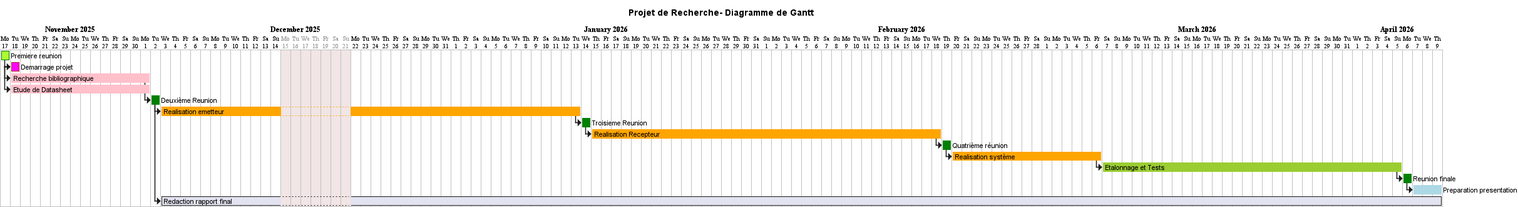
The PlantUML diagram docs/uml_files/diagramme_gantt.png in dibreyjonatan/Projet_de_Recherche_TPMS, before a commit. The source it was exported from:
```plantuml
@startgantt
Title Projet de Recherche- Diagramme de Gantt

project starts the 2025-11-17

2025-12-15 to 2025-12-21 is closed
[Premiere reunion] requires 1 days
[Premiere reunion] is colored in GreenYellow/Green

[Demarrage projet] requires 1 days
[Demarrage projet] starts at [Premiere reunion]'s end
[Demarrage projet] is colored in Fuchsia/FireBrick

[Recherche bibliographique] requires 14 days
[Recherche bibliographique] starts at [Demarrage projet]'s start
[Recherche bibliographique] is colored in pink

[Etude de Datasheet] requires 14 days
[Etude de Datasheet] starts at [Demarrage projet]'s start
[Etude de Datasheet] is colored in pink


[Deuxième Reunion] requires 1 days
[Deuxième Reunion] starts at [Recherche bibliographique]'s end
[Deuxième Reunion] is colored in green
[Realisation emetteur] requires 35 days
[Realisation emetteur] starts at [Deuxième Reunion]'s end
[Realisation emetteur] is colored in orange
[Troisieme Reunion] requires 1 days
[Troisieme Reunion] starts at [Realisation emetteur]'s end
[Troisieme Reunion] is colored in green

[Realisation Recepteur] requires 35 days
[Realisation Recepteur] starts at [Troisieme Reunion]'s end
[Realisation Recepteur] is colored in orange


[Quatrième réunion] requires 1 days
[Quatrième réunion] starts at [Realisation Recepteur]'s end
[Quatrième réunion] is colored in green

[Realisation système] requires 15 days
[Realisation système] starts at [Quatrième réunion]'s end
[Realisation système] is colored in orange

[Etalonnage et Tests] requires 30 days
[Etalonnage et Tests] starts at [Realisation système]'s end
[Etalonnage et Tests] is colored in YellowGreen

[Reunion finale] requires 1 days
[Reunion finale] starts at [Etalonnage et Tests]'s end
[Reunion finale] is colored in green

[Preparation presentation] requires 3 days
[Preparation presentation] starts at [Reunion finale]'s end
[Preparation presentation] is colored in LightBlue

[Redaction rapport final] requires 121 days
[Redaction rapport final] starts at [Deuxième Reunion]'s end


hide footbox
@endgantt
```
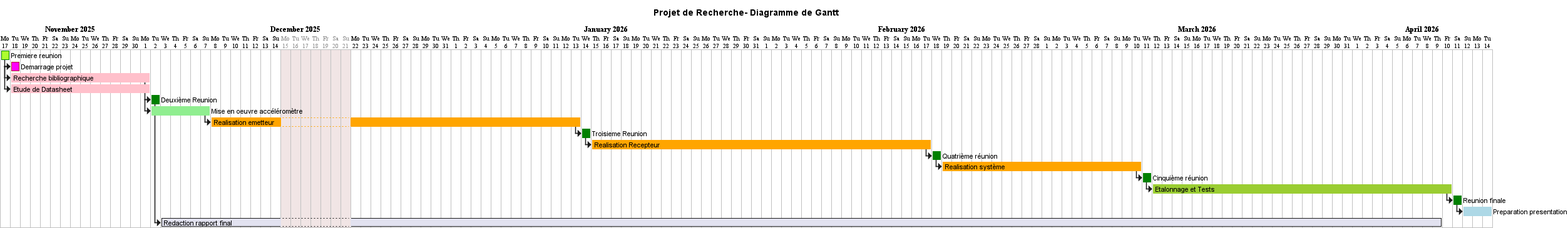
The same diagram one commit later.

Commit message:
Correction du diagramme de gantt

The edit, as a diff of the source:
```diff
@@ -23,14 +23,19 @@
 [Deuxième Reunion] requires 1 days
 [Deuxième Reunion] starts at [Recherche bibliographique]'s end
 [Deuxième Reunion] is colored in green
-[Realisation emetteur] requires 35 days
-[Realisation emetteur] starts at [Deuxième Reunion]'s end
+
+
+[Mise en oeuvre accéléromètre ] requires 6 days
+[Mise en oeuvre accéléromètre ] starts at [Deuxième Reunion]'s start
+[Mise en oeuvre accéléromètre ] is colored in lightgreen
+[Realisation emetteur] requires 30 days
+[Realisation emetteur] starts at [Mise en oeuvre accéléromètre ]'s end
 [Realisation emetteur] is colored in orange
 [Troisieme Reunion] requires 1 days
 [Troisieme Reunion] starts at [Realisation emetteur]'s end
 [Troisieme Reunion] is colored in green
 
-[Realisation Recepteur] requires 35 days
+[Realisation Recepteur] requires 34 days
 [Realisation Recepteur] starts at [Troisieme Reunion]'s end
 [Realisation Recepteur] is colored in orange
 
@@ -39,12 +44,19 @@
 [Quatrième réunion] starts at [Realisation Recepteur]'s end
 [Quatrième réunion] is colored in green
 
-[Realisation système] requires 15 days
+[Realisation système] requires 20 days
 [Realisation système] starts at [Quatrième réunion]'s end
 [Realisation système] is colored in orange
 
+
+
+[Cinquième réunion] requires 1 days
+[Cinquième réunion] starts at [Realisation système]'s end
+[Cinquième réunion] is colored in green
+
+
 [Etalonnage et Tests] requires 30 days
-[Etalonnage et Tests] starts at [Realisation système]'s end
+[Etalonnage et Tests] starts at [Cinquième réunion]'s end
 [Etalonnage et Tests] is colored in YellowGreen
 
 [Reunion finale] requires 1 days
```
